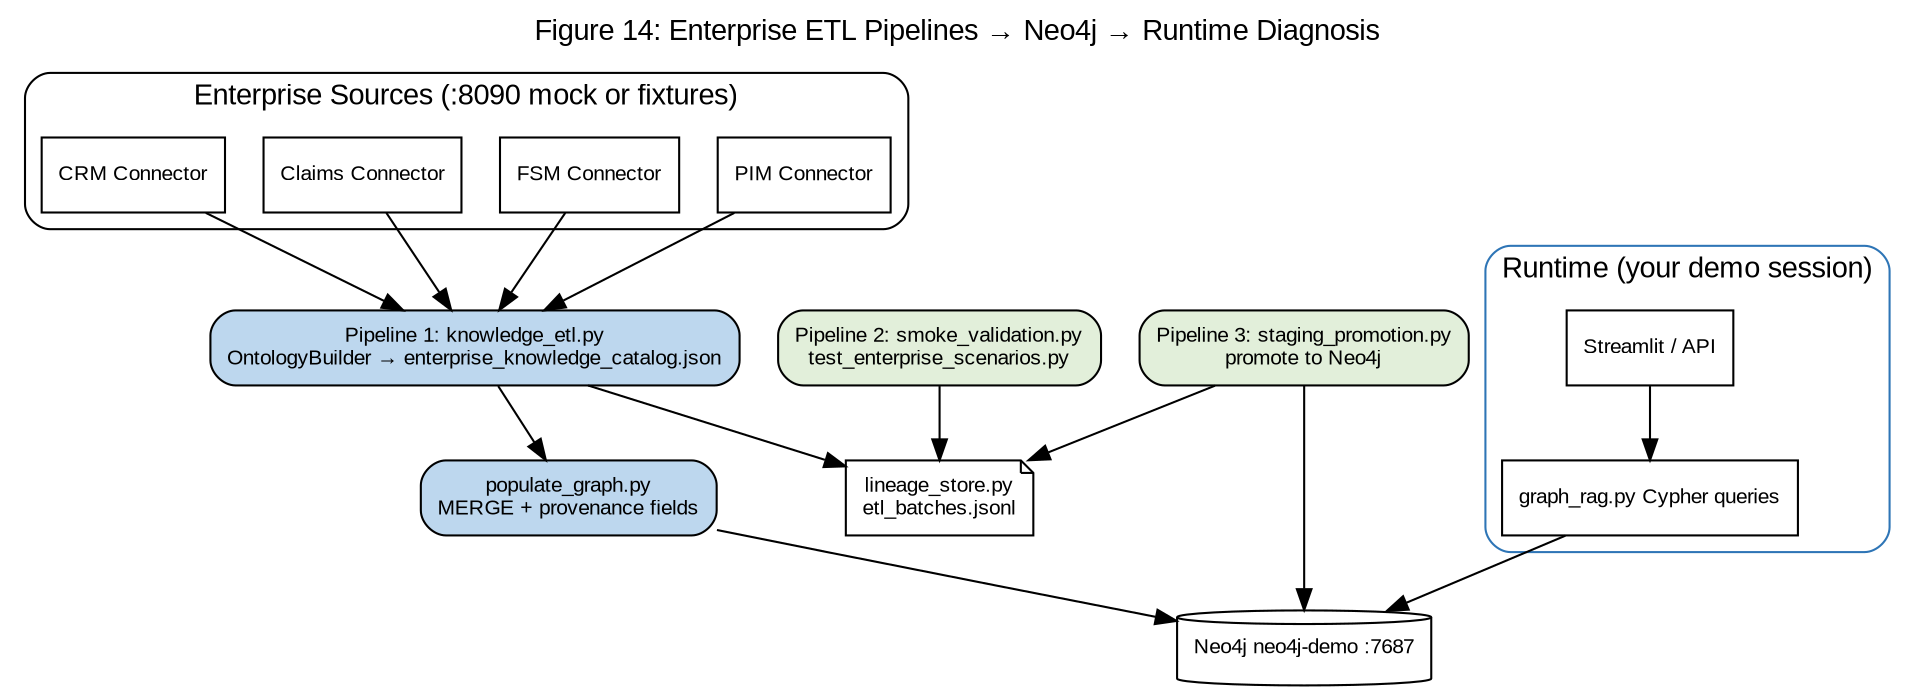
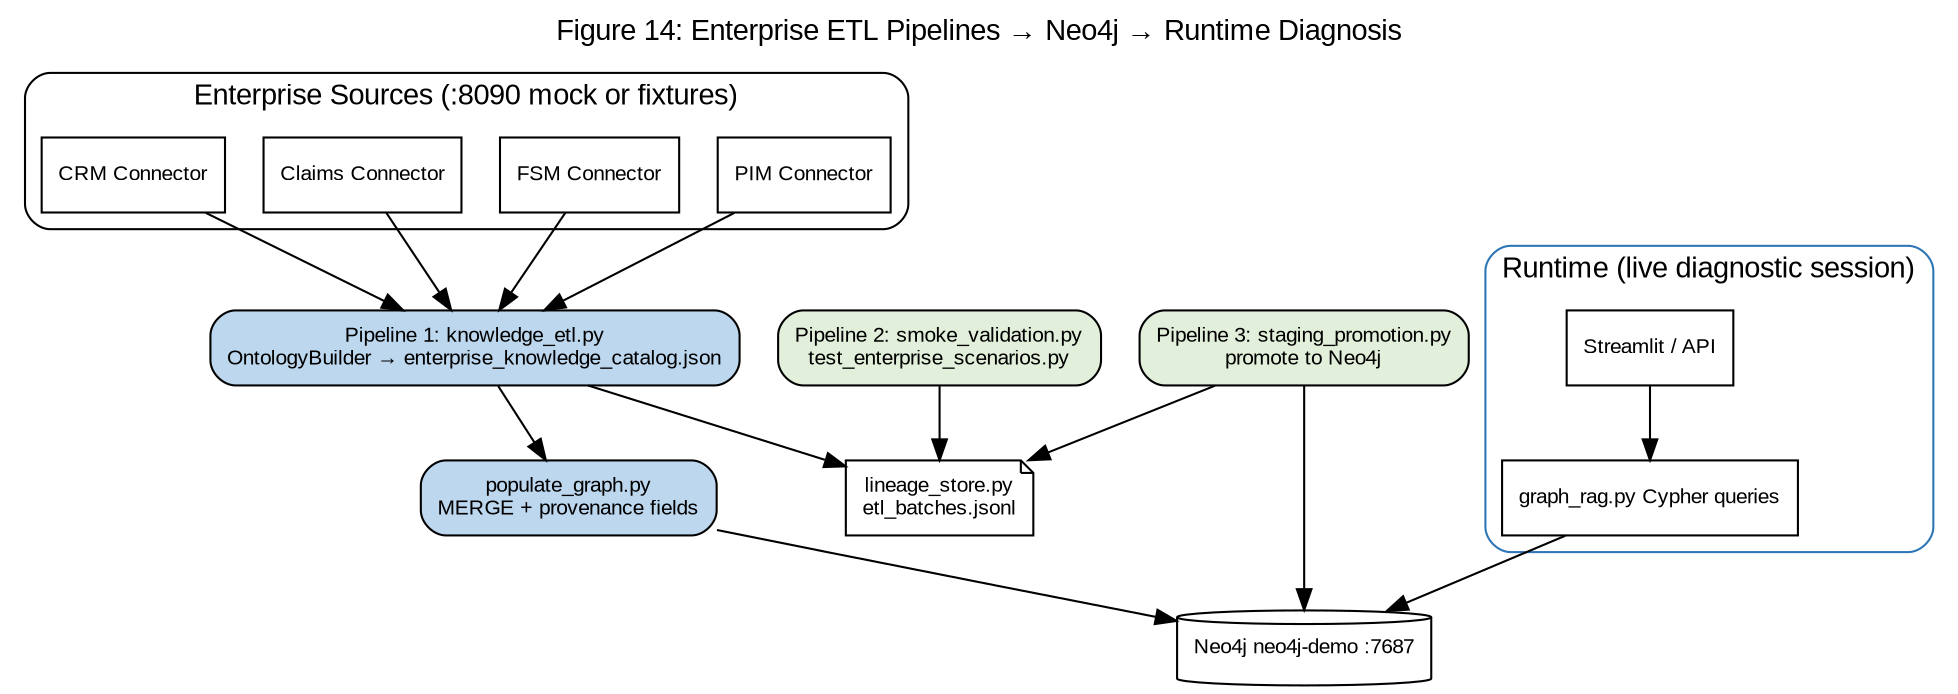
// Figure 14: ETL pipelines to runtime diagnosis (batch load → live query)
digraph ETLToRuntime {
  graph [
    rankdir=TB
    label="Figure 14: Enterprise ETL Pipelines → Neo4j → Runtime Diagnosis"
    labelloc=t
    fontsize=14
    fontname="Arial"
    bgcolor="white"
  ]
  node [fontname="Arial", fontsize=10]
  edge [fontname="Arial", fontsize=9]

  subgraph cluster_sources {
    label="Enterprise Sources (:8090 mock or fixtures)"
    style=rounded
    PIM [label="PIM Connector", shape=box, fillcolor="#FFF2CC"]
    FSM [label="FSM Connector", shape=box, fillcolor="#FFF2CC"]
    CLM [label="Claims Connector", shape=box, fillcolor="#FFF2CC"]
    CRM [label="CRM Connector", shape=box, fillcolor="#FFF2CC"]
  }

  P1 [label="Pipeline 1: knowledge_etl.py\nOntologyBuilder → enterprise_knowledge_catalog.json", shape=box, style="rounded,filled", fillcolor="#BDD7EE"]
  POP [label="populate_graph.py\nMERGE + provenance fields", shape=box, style="rounded,filled", fillcolor="#BDD7EE"]
  P2 [label="Pipeline 2: smoke_validation.py\ntest_enterprise_scenarios.py", shape=box, style="rounded,filled", fillcolor="#E2EFDA"]
  P3 [label="Pipeline 3: staging_promotion.py\npromote to Neo4j", shape=box, style="rounded,filled", fillcolor="#E2EFDA"]
  LINE [label="lineage_store.py\netl_batches.jsonl", shape=note, fillcolor="#F5F5F5"]
  NEO [label="Neo4j neo4j-demo :7687", shape=cylinder, fillcolor="#FCE4D6"]

  subgraph cluster_runtime {
-     label="Runtime (your demo session)"
+     label="Runtime (live diagnostic session)"
    style=rounded
    color="#2E75B6"
    UI [label="Streamlit / API", shape=box, fillcolor="#D5E8F0"]
    GR [label="graph_rag.py Cypher queries", shape=box, fillcolor="#C6E0B4"]
  }

  PIM -> P1
  FSM -> P1
  CLM -> P1
  CRM -> P1
  P1 -> POP -> NEO
  P1 -> LINE
  P2 -> LINE
  P3 -> NEO
  P3 -> LINE
  UI -> GR -> NEO
}